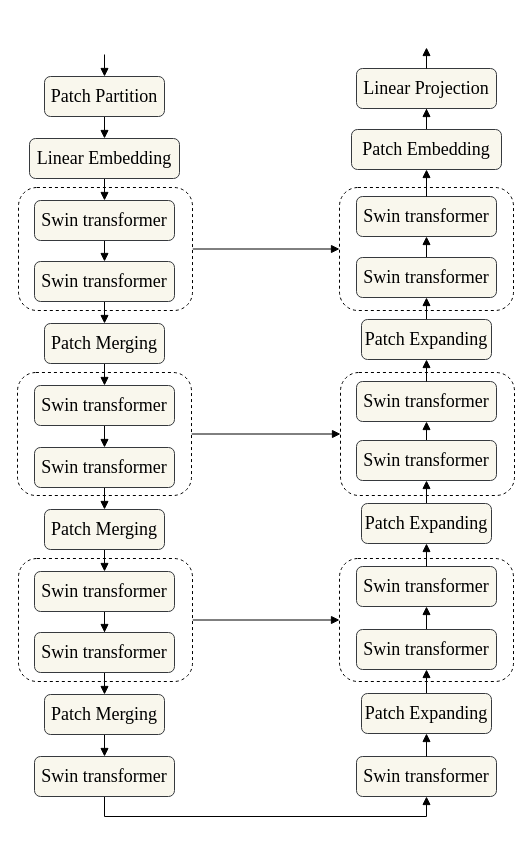
Above: page "Page-1" (1 of 2) of Untitled Diagram.drawio in qiuluyi/Remote-sensing (draw.io), before the change. Source tidied: cells renumbered, new cells numbered last; positions are measured from the earlier drawing's top-left corner, leaving out a move shared by most shapes. Both pictures are drawn from the tidied source at 100%, with x=0, y=0 at pixel (17, 47).
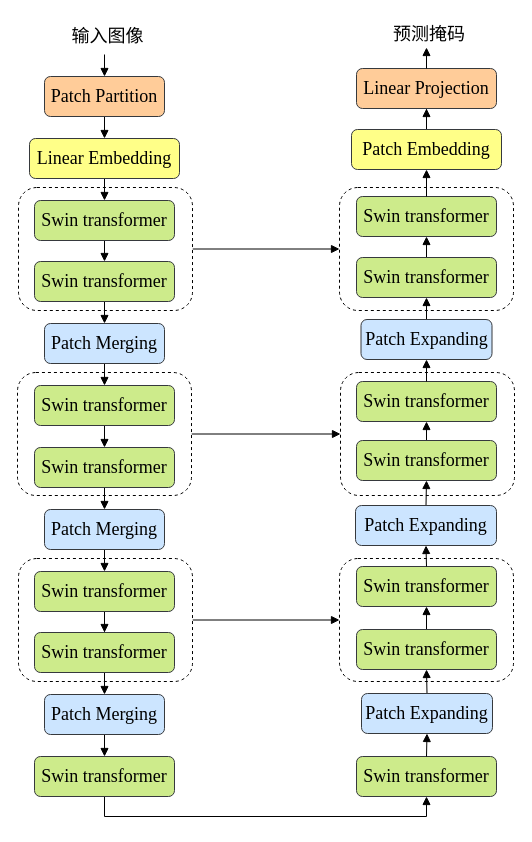
Above is the later version.

The edit, as a diff of the source:
```diff
@@
-    <mxCell id="12" value="&lt;font size=&quot;1&quot; style=&quot;&quot; face=&quot;Times New Roman&quot;&gt;&lt;span style=&quot;font-size: 18px;&quot;&gt;Swin transformer&lt;/span&gt;&lt;/font&gt;" style="rounded=1;whiteSpace=wrap;html=1;fillColor=#f9f7ed;strokeColor=#36393d;" parent="1" vertex="1">
+    <mxCell id="12" value="&lt;font size=&quot;1&quot; style=&quot;&quot; face=&quot;Times New Roman&quot;&gt;&lt;span style=&quot;font-size: 18px;&quot;&gt;Swin transformer&lt;/span&gt;&lt;/font&gt;" style="rounded=1;whiteSpace=wrap;html=1;fillColor=#cdeb8b;strokeColor=#36393d;" parent="1" vertex="1">
       <mxGeometry x="17" y="153" width="140" height="40" as="geometry" />
     </mxCell>
@@
-    <mxCell id="14" value="&lt;font face=&quot;Times New Roman&quot;&gt;&lt;span style=&quot;font-size: 18px;&quot;&gt;Patch Partition&lt;/span&gt;&lt;/font&gt;" style="rounded=1;whiteSpace=wrap;html=1;fillColor=#f9f7ed;strokeColor=#36393d;" parent="1" vertex="1">
+    <mxCell id="14" value="&lt;font face=&quot;Times New Roman&quot;&gt;&lt;span style=&quot;font-size: 18px;&quot;&gt;Patch Partition&lt;/span&gt;&lt;/font&gt;" style="rounded=1;whiteSpace=wrap;html=1;fillColor=#ffcc99;strokeColor=#36393d;" parent="1" vertex="1">
       <mxGeometry x="27" y="29" width="120" height="40" as="geometry" />
     </mxCell>
@@
-    <mxCell id="16" value="&lt;font face=&quot;Times New Roman&quot;&gt;&lt;span style=&quot;font-size: 18px;&quot;&gt;Linear Embedding&lt;/span&gt;&lt;/font&gt;" style="rounded=1;whiteSpace=wrap;html=1;fillColor=#f9f7ed;strokeColor=#36393d;" parent="1" vertex="1">
+    <mxCell id="16" value="&lt;font face=&quot;Times New Roman&quot;&gt;&lt;span style=&quot;font-size: 18px;&quot;&gt;Linear Embedding&lt;/span&gt;&lt;/font&gt;" style="rounded=1;whiteSpace=wrap;html=1;fillColor=#ffff88;strokeColor=#36393d;" parent="1" vertex="1">
       <mxGeometry x="12" y="91" width="150" height="40" as="geometry" />
     </mxCell>
@@
-    <mxCell id="18" value="&lt;font size=&quot;1&quot; style=&quot;&quot; face=&quot;Times New Roman&quot;&gt;&lt;span style=&quot;font-size: 18px;&quot;&gt;Swin transformer&lt;/span&gt;&lt;/font&gt;" style="rounded=1;whiteSpace=wrap;html=1;fillColor=#f9f7ed;strokeColor=#36393d;" parent="1" vertex="1">
+    <mxCell id="18" value="&lt;font size=&quot;1&quot; style=&quot;&quot; face=&quot;Times New Roman&quot;&gt;&lt;span style=&quot;font-size: 18px;&quot;&gt;Swin transformer&lt;/span&gt;&lt;/font&gt;" style="rounded=1;whiteSpace=wrap;html=1;fillColor=#cdeb8b;strokeColor=#36393d;" parent="1" vertex="1">
       <mxGeometry x="17" y="214" width="140" height="40" as="geometry" />
     </mxCell>
@@
-    <mxCell id="20" value="&lt;font size=&quot;1&quot; style=&quot;&quot; face=&quot;Times New Roman&quot;&gt;&lt;span style=&quot;font-size: 18px;&quot;&gt;Swin transformer&lt;/span&gt;&lt;/font&gt;" style="rounded=1;whiteSpace=wrap;html=1;fillColor=#f9f7ed;strokeColor=#36393d;" parent="1" vertex="1">
+    <mxCell id="20" value="&lt;font size=&quot;1&quot; style=&quot;&quot; face=&quot;Times New Roman&quot;&gt;&lt;span style=&quot;font-size: 18px;&quot;&gt;Swin transformer&lt;/span&gt;&lt;/font&gt;" style="rounded=1;whiteSpace=wrap;html=1;fillColor=#cdeb8b;strokeColor=#36393d;" parent="1" vertex="1">
       <mxGeometry x="17" y="338" width="140" height="40" as="geometry" />
     </mxCell>
@@
-    <mxCell id="22" value="&lt;font size=&quot;1&quot; style=&quot;&quot; face=&quot;Times New Roman&quot;&gt;&lt;span style=&quot;font-size: 18px;&quot;&gt;Swin transformer&lt;/span&gt;&lt;/font&gt;" style="rounded=1;whiteSpace=wrap;html=1;fillColor=#f9f7ed;strokeColor=#36393d;" parent="1" vertex="1">
+    <mxCell id="22" value="&lt;font size=&quot;1&quot; style=&quot;&quot; face=&quot;Times New Roman&quot;&gt;&lt;span style=&quot;font-size: 18px;&quot;&gt;Swin transformer&lt;/span&gt;&lt;/font&gt;" style="rounded=1;whiteSpace=wrap;html=1;fillColor=#cdeb8b;strokeColor=#36393d;" parent="1" vertex="1">
       <mxGeometry x="17" y="400" width="140" height="40" as="geometry" />
     </mxCell>
@@
-    <mxCell id="24" value="&lt;font size=&quot;1&quot; style=&quot;&quot; face=&quot;Times New Roman&quot;&gt;&lt;span style=&quot;font-size: 18px;&quot;&gt;Swin transformer&lt;/span&gt;&lt;/font&gt;" style="rounded=1;whiteSpace=wrap;html=1;fillColor=#f9f7ed;strokeColor=#36393d;" parent="1" vertex="1">
+    <mxCell id="24" value="&lt;font size=&quot;1&quot; style=&quot;&quot; face=&quot;Times New Roman&quot;&gt;&lt;span style=&quot;font-size: 18px;&quot;&gt;Swin transformer&lt;/span&gt;&lt;/font&gt;" style="rounded=1;whiteSpace=wrap;html=1;fillColor=#cdeb8b;strokeColor=#36393d;" parent="1" vertex="1">
       <mxGeometry x="17" y="524" width="140" height="40" as="geometry" />
     </mxCell>
@@
-    <mxCell id="26" value="&lt;font size=&quot;1&quot; style=&quot;&quot; face=&quot;Times New Roman&quot;&gt;&lt;span style=&quot;font-size: 18px;&quot;&gt;Swin transformer&lt;/span&gt;&lt;/font&gt;" style="rounded=1;whiteSpace=wrap;html=1;fillColor=#f9f7ed;strokeColor=#36393d;" parent="1" vertex="1">
+    <mxCell id="26" value="&lt;font size=&quot;1&quot; style=&quot;&quot; face=&quot;Times New Roman&quot;&gt;&lt;span style=&quot;font-size: 18px;&quot;&gt;Swin transformer&lt;/span&gt;&lt;/font&gt;" style="rounded=1;whiteSpace=wrap;html=1;fillColor=#cdeb8b;strokeColor=#36393d;" parent="1" vertex="1">
       <mxGeometry x="17" y="585" width="140" height="40" as="geometry" />
     </mxCell>
@@
-    <mxCell id="28" value="&lt;font face=&quot;Times New Roman&quot;&gt;&lt;span style=&quot;font-size: 18px;&quot;&gt;Patch Merging&lt;/span&gt;&lt;/font&gt;" style="rounded=1;whiteSpace=wrap;html=1;fillColor=#f9f7ed;strokeColor=#36393d;" parent="1" vertex="1">
+    <mxCell id="28" value="&lt;font face=&quot;Times New Roman&quot;&gt;&lt;span style=&quot;font-size: 18px;&quot;&gt;Patch Merging&lt;/span&gt;&lt;/font&gt;" style="rounded=1;whiteSpace=wrap;html=1;fillColor=#cce5ff;strokeColor=#36393d;" parent="1" vertex="1">
       <mxGeometry x="27" y="276" width="120" height="40" as="geometry" />
     </mxCell>
@@
-    <mxCell id="30" value="&lt;font face=&quot;Times New Roman&quot;&gt;&lt;span style=&quot;font-size: 18px;&quot;&gt;Patch Merging&lt;/span&gt;&lt;/font&gt;" style="rounded=1;whiteSpace=wrap;html=1;fillColor=#f9f7ed;strokeColor=#36393d;" parent="1" vertex="1">
+    <mxCell id="30" value="&lt;font face=&quot;Times New Roman&quot;&gt;&lt;span style=&quot;font-size: 18px;&quot;&gt;Patch Merging&lt;/span&gt;&lt;/font&gt;" style="rounded=1;whiteSpace=wrap;html=1;fillColor=#cce5ff;strokeColor=#36393d;" parent="1" vertex="1">
       <mxGeometry x="27" y="462" width="120" height="40" as="geometry" />
     </mxCell>
@@
-    <mxCell id="32" value="&lt;font face=&quot;Times New Roman&quot;&gt;&lt;span style=&quot;font-size: 18px;&quot;&gt;Patch Merging&lt;/span&gt;&lt;/font&gt;" style="rounded=1;whiteSpace=wrap;html=1;fillColor=#f9f7ed;strokeColor=#36393d;" parent="1" vertex="1">
+    <mxCell id="32" value="&lt;font face=&quot;Times New Roman&quot;&gt;&lt;span style=&quot;font-size: 18px;&quot;&gt;Patch Merging&lt;/span&gt;&lt;/font&gt;" style="rounded=1;whiteSpace=wrap;html=1;fillColor=#cce5ff;strokeColor=#36393d;" parent="1" vertex="1">
       <mxGeometry x="27" y="647" width="120" height="40" as="geometry" />
     </mxCell>
@@
-    <mxCell id="34" value="&lt;font size=&quot;1&quot; style=&quot;&quot; face=&quot;Times New Roman&quot;&gt;&lt;span style=&quot;font-size: 18px;&quot;&gt;Swin transformer&lt;/span&gt;&lt;/font&gt;" style="rounded=1;whiteSpace=wrap;html=1;fillColor=#f9f7ed;strokeColor=#36393d;" parent="1" vertex="1">
+    <mxCell id="34" value="&lt;font size=&quot;1&quot; style=&quot;&quot; face=&quot;Times New Roman&quot;&gt;&lt;span style=&quot;font-size: 18px;&quot;&gt;Swin transformer&lt;/span&gt;&lt;/font&gt;" style="rounded=1;whiteSpace=wrap;html=1;fillColor=#cdeb8b;strokeColor=#36393d;" parent="1" vertex="1">
       <mxGeometry x="17" y="709" width="140" height="40" as="geometry" />
     </mxCell>
-    <mxCell id="35" value="&lt;font size=&quot;1&quot; style=&quot;&quot; face=&quot;Times New Roman&quot;&gt;&lt;span style=&quot;font-size: 18px;&quot;&gt;Swin transformer&lt;/span&gt;&lt;/font&gt;" style="rounded=1;whiteSpace=wrap;html=1;fillColor=#f9f7ed;strokeColor=#36393d;" parent="1" vertex="1">
+    <mxCell id="35" value="&lt;font size=&quot;1&quot; style=&quot;&quot; face=&quot;Times New Roman&quot;&gt;&lt;span style=&quot;font-size: 18px;&quot;&gt;Swin transformer&lt;/span&gt;&lt;/font&gt;" style="rounded=1;whiteSpace=wrap;html=1;fillColor=#cdeb8b;strokeColor=#36393d;" parent="1" vertex="1">
       <mxGeometry x="339" y="709" width="140" height="40" as="geometry" />
     </mxCell>
@@
-    <mxCell id="37" value="&lt;font size=&quot;1&quot; style=&quot;&quot; face=&quot;Times New Roman&quot;&gt;&lt;span style=&quot;font-size: 18px;&quot;&gt;Swin transformer&lt;/span&gt;&lt;/font&gt;" style="rounded=1;whiteSpace=wrap;html=1;fillColor=#f9f7ed;strokeColor=#36393d;" parent="1" vertex="1">
+    <mxCell id="37" value="&lt;font size=&quot;1&quot; style=&quot;&quot; face=&quot;Times New Roman&quot;&gt;&lt;span style=&quot;font-size: 18px;&quot;&gt;Swin transformer&lt;/span&gt;&lt;/font&gt;" style="rounded=1;whiteSpace=wrap;html=1;fillColor=#cdeb8b;strokeColor=#36393d;" parent="1" vertex="1">
       <mxGeometry x="339" y="149" width="140" height="40" as="geometry" />
     </mxCell>
-    <mxCell id="38" value="&lt;font face=&quot;Times New Roman&quot;&gt;&lt;span style=&quot;font-size: 18px;&quot;&gt;Linear Projection&lt;/span&gt;&lt;/font&gt;" style="rounded=1;whiteSpace=wrap;html=1;fillColor=#f9f7ed;strokeColor=#36393d;" parent="1" vertex="1">
+    <mxCell id="38" value="&lt;font face=&quot;Times New Roman&quot;&gt;&lt;span style=&quot;font-size: 18px;&quot;&gt;Linear Projection&lt;/span&gt;&lt;/font&gt;" style="rounded=1;whiteSpace=wrap;html=1;fillColor=#ffcc99;strokeColor=#36393d;" parent="1" vertex="1">
       <mxGeometry x="339" y="21" width="140" height="40" as="geometry" />
     </mxCell>
@@
-    <mxCell id="41" value="&lt;font face=&quot;Times New Roman&quot;&gt;&lt;span style=&quot;font-size: 18px;&quot;&gt;Patch Embedding&lt;/span&gt;&lt;/font&gt;" style="rounded=1;whiteSpace=wrap;html=1;fillColor=#f9f7ed;strokeColor=#36393d;" parent="1" vertex="1">
+    <mxCell id="41" value="&lt;font face=&quot;Times New Roman&quot;&gt;&lt;span style=&quot;font-size: 18px;&quot;&gt;Patch Embedding&lt;/span&gt;&lt;/font&gt;" style="rounded=1;whiteSpace=wrap;html=1;fillColor=#ffff88;strokeColor=#36393d;" parent="1" vertex="1">
       <mxGeometry x="334" y="82" width="150" height="40" as="geometry" />
     </mxCell>
-    <mxCell id="42" value="&lt;font size=&quot;1&quot; style=&quot;&quot; face=&quot;Times New Roman&quot;&gt;&lt;span style=&quot;font-size: 18px;&quot;&gt;Swin transformer&lt;/span&gt;&lt;/font&gt;" style="rounded=1;whiteSpace=wrap;html=1;fillColor=#f9f7ed;strokeColor=#36393d;" parent="1" vertex="1">
+    <mxCell id="42" value="&lt;font size=&quot;1&quot; style=&quot;&quot; face=&quot;Times New Roman&quot;&gt;&lt;span style=&quot;font-size: 18px;&quot;&gt;Swin transformer&lt;/span&gt;&lt;/font&gt;" style="rounded=1;whiteSpace=wrap;html=1;fillColor=#cdeb8b;strokeColor=#36393d;" parent="1" vertex="1">
       <mxGeometry x="339" y="210" width="140" height="40" as="geometry" />
     </mxCell>
@@
-    <mxCell id="44" value="&lt;font size=&quot;1&quot; style=&quot;&quot; face=&quot;Times New Roman&quot;&gt;&lt;span style=&quot;font-size: 18px;&quot;&gt;Swin transformer&lt;/span&gt;&lt;/font&gt;" style="rounded=1;whiteSpace=wrap;html=1;fillColor=#f9f7ed;strokeColor=#36393d;" parent="1" vertex="1">
+    <mxCell id="44" value="&lt;font size=&quot;1&quot; style=&quot;&quot; face=&quot;Times New Roman&quot;&gt;&lt;span style=&quot;font-size: 18px;&quot;&gt;Swin transformer&lt;/span&gt;&lt;/font&gt;" style="rounded=1;whiteSpace=wrap;html=1;fillColor=#cdeb8b;strokeColor=#36393d;" parent="1" vertex="1">
       <mxGeometry x="339" y="334" width="140" height="40" as="geometry" />
     </mxCell>
@@
-    <mxCell id="46" value="&lt;font size=&quot;1&quot; style=&quot;&quot; face=&quot;Times New Roman&quot;&gt;&lt;span style=&quot;font-size: 18px;&quot;&gt;Swin transformer&lt;/span&gt;&lt;/font&gt;" style="rounded=1;whiteSpace=wrap;html=1;fillColor=#f9f7ed;strokeColor=#36393d;" parent="1" vertex="1">
+    <mxCell id="46" value="&lt;font size=&quot;1&quot; style=&quot;&quot; face=&quot;Times New Roman&quot;&gt;&lt;span style=&quot;font-size: 18px;&quot;&gt;Swin transformer&lt;/span&gt;&lt;/font&gt;" style="rounded=1;whiteSpace=wrap;html=1;fillColor=#cdeb8b;strokeColor=#36393d;" parent="1" vertex="1">
       <mxGeometry x="339" y="393" width="140" height="40" as="geometry" />
     </mxCell>
@@
-    <mxCell id="48" value="&lt;font size=&quot;1&quot; style=&quot;&quot; face=&quot;Times New Roman&quot;&gt;&lt;span style=&quot;font-size: 18px;&quot;&gt;Swin transformer&lt;/span&gt;&lt;/font&gt;" style="rounded=1;whiteSpace=wrap;html=1;fillColor=#f9f7ed;strokeColor=#36393d;" parent="1" vertex="1">
+    <mxCell id="48" value="&lt;font size=&quot;1&quot; style=&quot;&quot; face=&quot;Times New Roman&quot;&gt;&lt;span style=&quot;font-size: 18px;&quot;&gt;Swin transformer&lt;/span&gt;&lt;/font&gt;" style="rounded=1;whiteSpace=wrap;html=1;fillColor=#cdeb8b;strokeColor=#36393d;" parent="1" vertex="1">
       <mxGeometry x="339" y="519" width="140" height="40" as="geometry" />
     </mxCell>
@@
-    <mxCell id="50" value="&lt;font size=&quot;1&quot; style=&quot;&quot; face=&quot;Times New Roman&quot;&gt;&lt;span style=&quot;font-size: 18px;&quot;&gt;Swin transformer&lt;/span&gt;&lt;/font&gt;" style="rounded=1;whiteSpace=wrap;html=1;fillColor=#f9f7ed;strokeColor=#36393d;" parent="1" vertex="1">
+    <mxCell id="50" value="&lt;font size=&quot;1&quot; style=&quot;&quot; face=&quot;Times New Roman&quot;&gt;&lt;span style=&quot;font-size: 18px;&quot;&gt;Swin transformer&lt;/span&gt;&lt;/font&gt;" style="rounded=1;whiteSpace=wrap;html=1;fillColor=#cdeb8b;strokeColor=#36393d;" parent="1" vertex="1">
       <mxGeometry x="339" y="582" width="140" height="40" as="geometry" />
     </mxCell>
@@
-    <mxCell id="53" value="&lt;font face=&quot;Times New Roman&quot;&gt;&lt;span style=&quot;font-size: 18px;&quot;&gt;Patch Expanding&lt;/span&gt;&lt;/font&gt;" style="rounded=1;whiteSpace=wrap;html=1;fillColor=#f9f7ed;strokeColor=#36393d;" parent="1" vertex="1">
-      <mxGeometry x="344" y="272" width="130" height="40" as="geometry" />
+    <mxCell id="53" value="&lt;font face=&quot;Times New Roman&quot;&gt;&lt;span style=&quot;font-size: 18px;&quot;&gt;Patch Expanding&lt;/span&gt;&lt;/font&gt;" style="rounded=1;whiteSpace=wrap;html=1;fillColor=#cce5ff;strokeColor=#36393d;" parent="1" vertex="1">
+      <mxGeometry x="343.5" y="272" width="131" height="40" as="geometry" />
     </mxCell>
@@
-    <mxCell id="55" value="&lt;span style=&quot;font-family: &amp;quot;Times New Roman&amp;quot;; font-size: 18px;&quot;&gt;Patch Expanding&lt;/span&gt;" style="rounded=1;whiteSpace=wrap;html=1;fillColor=#f9f7ed;strokeColor=#36393d;" parent="1" vertex="1">
-      <mxGeometry x="344" y="456" width="130" height="40" as="geometry" />
+    <mxCell id="55" value="&lt;span style=&quot;font-family: &amp;quot;Times New Roman&amp;quot;; font-size: 18px;&quot;&gt;Patch Expanding&lt;/span&gt;" style="rounded=1;whiteSpace=wrap;html=1;fillColor=#cce5ff;strokeColor=#36393d;" parent="1" vertex="1">
+      <mxGeometry x="338" y="458" width="141" height="40" as="geometry" />
     </mxCell>
@@
-    <mxCell id="57" value="&lt;span style=&quot;font-family: &amp;quot;Times New Roman&amp;quot;; font-size: 18px;&quot;&gt;Patch Expanding&lt;/span&gt;" style="rounded=1;whiteSpace=wrap;html=1;fillColor=#f9f7ed;strokeColor=#36393d;" parent="1" vertex="1">
-      <mxGeometry x="344" y="646" width="130" height="40" as="geometry" />
+    <mxCell id="57" value="&lt;span style=&quot;font-family: &amp;quot;Times New Roman&amp;quot;; font-size: 18px;&quot;&gt;Patch Expanding&lt;/span&gt;" style="rounded=1;whiteSpace=wrap;html=1;fillColor=#cce5ff;strokeColor=#36393d;" parent="1" vertex="1">
+      <mxGeometry x="344" y="646" width="131" height="40" as="geometry" />
     </mxCell>
@@
+    <mxCell id="60" value="输入图像" style="text;html=1;align=center;verticalAlign=middle;strokeColor=none;fillColor=none;fontSize=18;fontFamily=Times New Roman;" parent="1" vertex="1">
+      <mxGeometry x="45" y="-26" width="90" height="30" as="geometry" />
+    </mxCell>
+    <mxCell id="61" value="&lt;div style=&quot;text-align: center;&quot;&gt;&lt;span style=&quot;background-color: initial;&quot;&gt;预测掩码&lt;/span&gt;&lt;/div&gt;" style="text;whiteSpace=wrap;html=1;fontSize=18;fontFamily=Times New Roman;" parent="1" vertex="1">
+      <mxGeometry x="374" y="-30" width="100" height="40" as="geometry" />
+    </mxCell>
```
